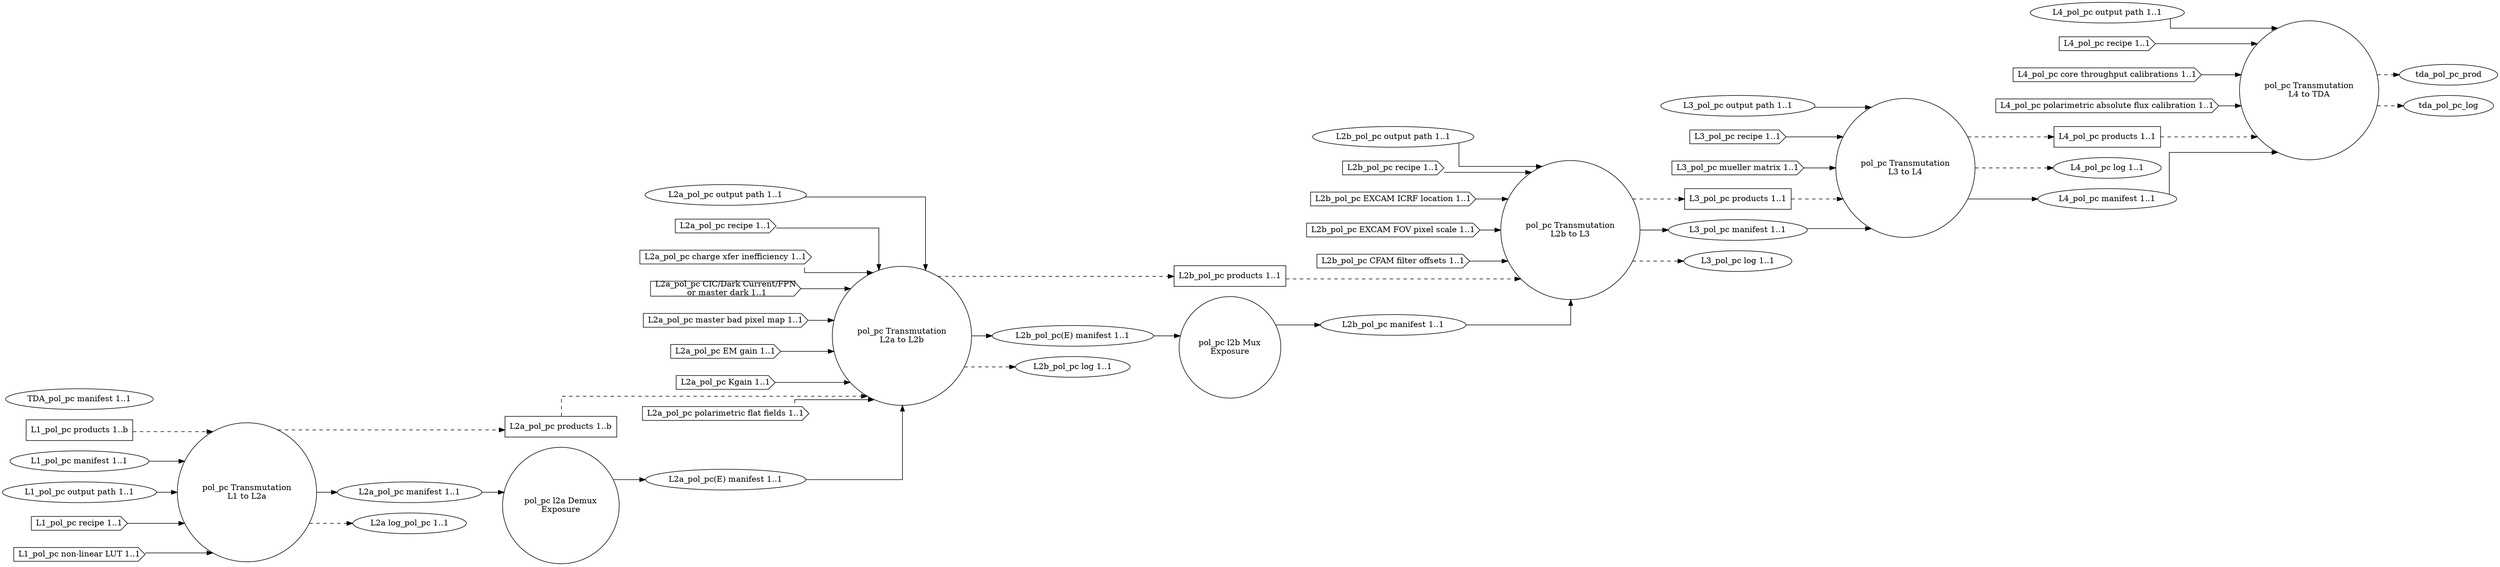
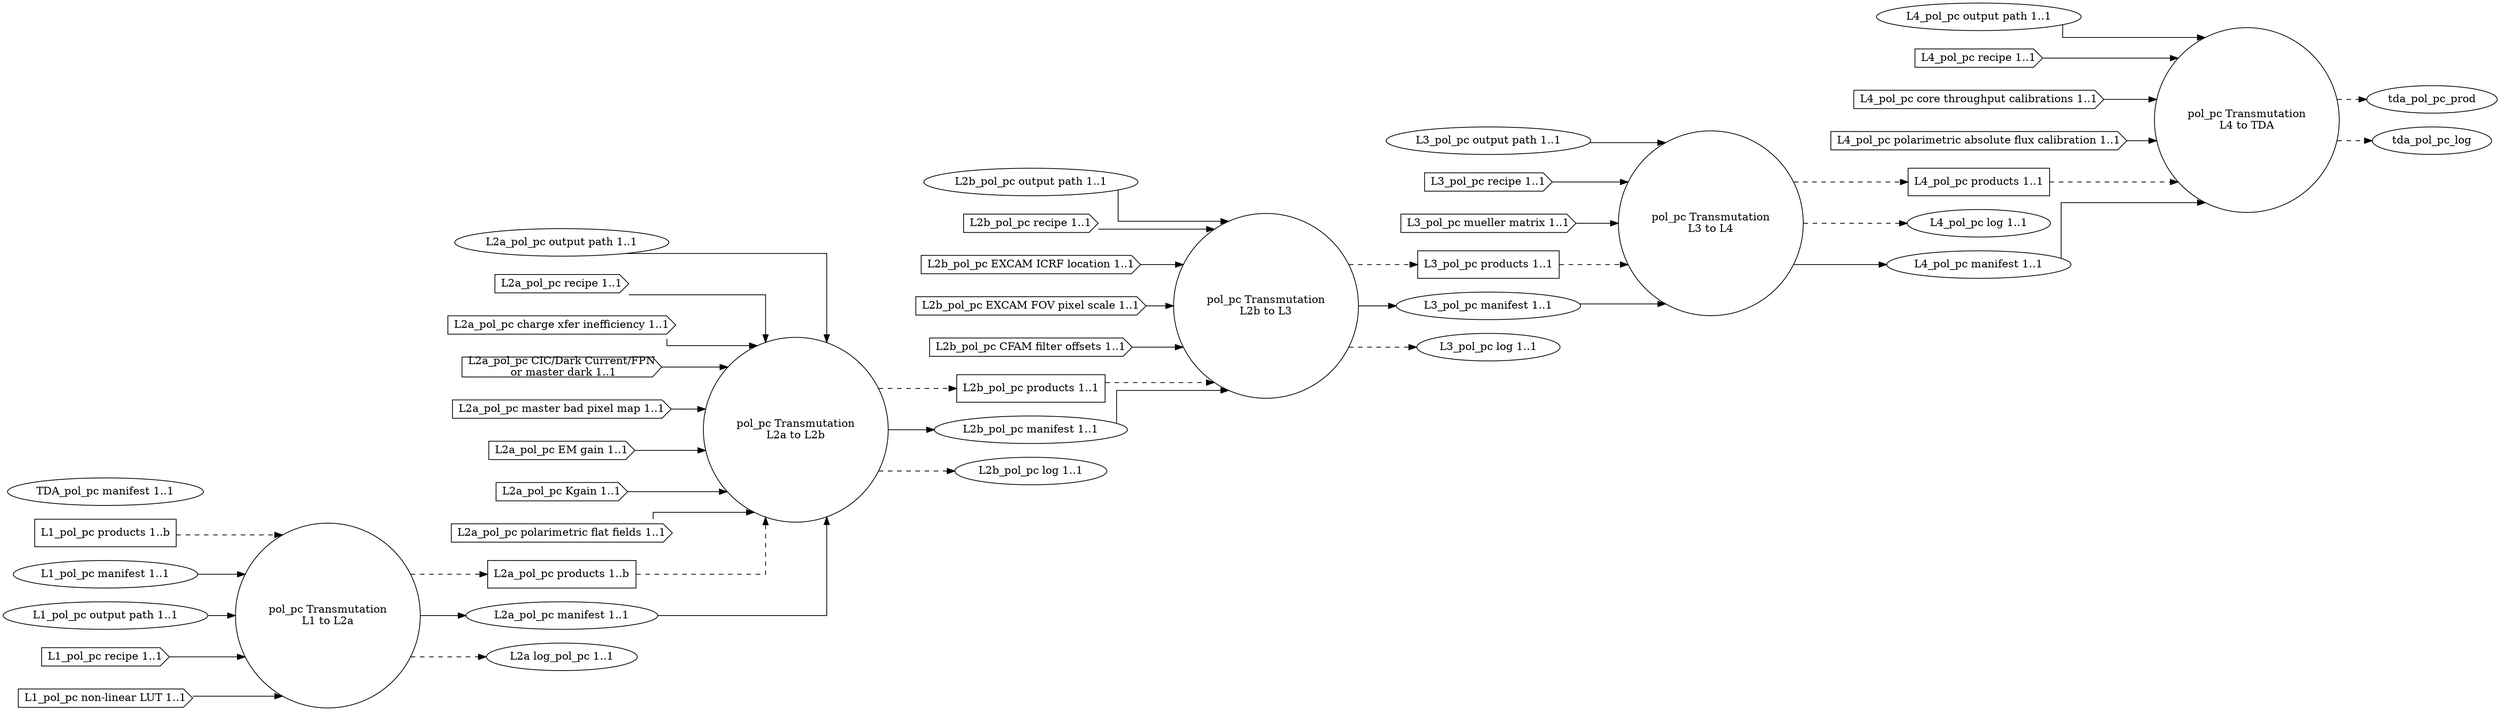
digraph PolarimetryPhotonCount {
graph [splines="ortho", rankdir=LR];
trans_pol_pc_l1_l2a [label="pol_pc Transmutation\nL1 to L2a", shape="circle", runname="l1.transmutation_pol_pc", runtype="dawgie.Algorithm", fsmtype="dip.base.Runner"];
- l2a_pol_pc_demux [label="pol_pc l2a Demux\nExposure", shape="circle", runname="l2a.demux_pol_pc", runtype="dawgie.Algorithm", fsmtype="dip.clerk.impls.demux.FSM"];
trans_pol_pc_l2a_l2b [label="pol_pc Transmutation\nL2a to L2b", shape="circle", runname="l2a.transmutation_pol_pc", runtype="dawgie.Algorithm", fsmtype="dip.base.Runner"];
- l2b_pol_pc_mux [label="pol_pc l2b Mux\nExposure", shape="circle", runname="l2b.mux_pol_pc", runtype="dawgie.Analyzer", fsmtype="dip.clerk.impls.mux.FSM"];
trans_pol_pc_l2b_l3 [label="pol_pc Transmutation\nL2b to L3", shape="circle", runname="l2b.transmutation_pol_pc", runtype="dawgie.Algorithm", fsmtype="dip.base.Runner"];
trans_pol_pc_l3_l4 [label="pol_pc Transmutation\nL3 to L4", shape="circle", runname="l3.transmutation_pol_pc", runtype="dawgie.Algorithm", fsmtype="dip.base.Runner"];
trans_pol_pc_l4_tda [label="pol_pc Transmutation\nL4 to TDA", shape="circle", runname="l4.transmutation_pol_pc", runtype="dawgie.Algorithm", fsmtype="dip.base.Runner"];
l1_pol_pc_prod [label="L1_pol_pc products 1..b", shape="rectangle"];
l1_pol_pc_man [label="L1_pol_pc manifest 1..1", shape="ellipse"];
l1_pol_pc_odir [label="L1_pol_pc output path 1..1", shape="ellipse"];
l1_pol_pc_rec [label="L1_pol_pc recipe 1..1", shape="cds"];
l1_pol_pc_nllut [label="L1_pol_pc non-linear LUT 1..1", shape="cds"];
l2a_pol_pc_prod [label="L2a_pol_pc products 1..b", shape="rectangle"];
l2a_pol_pc_man [label="L2a_pol_pc manifest 1..1", shape="ellipse", valname="l1.transmutation_pol_pc.product.manifest", valtype="dip.base.Manifest"];
l2a_pol_pc_odir [label="L2a_pol_pc output path 1..1", shape="ellipse"];
l2a_pol_pc_rec [label="L2a_pol_pc recipe 1..1", shape="cds"];
l2a_pol_pc_cti [label="L2a_pol_pc charge xfer inefficiency 1..1", shape="cds"];
l2a_pol_pc_dnb [label="L2a_pol_pc CIC/Dark Current/FPN\n or master dark 1..1", shape="cds"];
l2a_pol_pc_mbpm [label="L2a_pol_pc master bad pixel map 1..1", shape="cds"];
l2a_pol_pc_emg [label="L2a_pol_pc EM gain 1..1", shape="cds"];
l2a_pol_pc_kgain [label="L2a_pol_pc Kgain 1..1", shape="cds"];
l2a_pol_pc_polff [label="L2a_pol_pc polarimetric flat fields 1..1", shape="cds"];
l2a_pol_pc_log [label="L2a log_pol_pc 1..1", shape="ellipse"];
- l2a_pol_pc_man_demux [label="L2a_pol_pc(E) manifest 1..1", shape="ellipse", valname="l2a.demux_pol_pc.product.manifest", valtype="dip.base.Manifest"];
l2b_pol_pc_prod [label="L2b_pol_pc products 1..1", shape="rectangle"];
- l2b_pol_pc_man [label="L2b_pol_pc manifest 1..1", shape="ellipse", valname="l2b.mux_pol_pc.product.manifest", valtype="dip.base.Manifest"];
+ l2b_pol_pc_man [label="L2b_pol_pc manifest 1..1", shape="ellipse", valname="l2b.transmutation_pol_pc.product.manifest", valtype="dip.base.Manifest"];
l2b_pol_pc_odir [label="L2b_pol_pc output path 1..1", shape="ellipse"];
l2b_pol_pc_rec [label="L2b_pol_pc recipe 1..1", shape="cds"];
l2b_pol_pc_excicrf [label="L2b_pol_pc EXCAM ICRF location 1..1", shape="cds"];
l2b_pol_pc_excfovps [label="L2b_pol_pc EXCAM FOV pixel scale 1..1", shape="cds"];
l2b_pol_pc_cfamfo [label="L2b_pol_pc CFAM filter offsets 1..1", shape="cds"];
- l2b_pol_pc_man_demux [label="L2b_pol_pc(E) manifest 1..1", shape="ellipse", valname="l2a.transmutation_pol_pc.product.manifest", valtype="dip.base.Manifest"];
l2b_pol_pc_log [label="L2b_pol_pc log 1..1", shape="ellipse"];
l3_pol_pc_prod [label="L3_pol_pc products 1..1", shape="rectangle"];
l3_pol_pc_odir [label="L3_pol_pc output path 1..1", shape="ellipse"];
l3_pol_pc_man [label="L3_pol_pc manifest 1..1", shape="ellipse", valname="l2b.transmutation_pol_pc.product.manifest", valtype="dip.base.Manifest"];
l3_pol_pc_rec [label="L3_pol_pc recipe 1..1", shape="cds"];
l3_pol_pc_mueller [label="L3_pol_pc mueller matrix 1..1", shape="cds"];
l3_pol_pc_log [label="L3_pol_pc log 1..1", shape="ellipse"];
l4_pol_pc_prod [label="L4_pol_pc products 1..1", shape="rectangle"];
l4_pol_pc_log [label="L4_pol_pc log 1..1", shape="ellipse"];
l4_pol_pc_man [label="L4_pol_pc manifest 1..1", shape="ellipse", valname="l3.transmutation_pol_pc.product.manifest", valtype="dip.base.Manifest"];
l4_pol_pc_odir [label="L4_pol_pc output path 1..1", shape="ellipse"];
l4_pol_pc_rec [label="L4_pol_pc recipe 1..1", shape="cds"];
l4_pol_pc_ctcal [label="L4_pol_pc core throughput calibrations 1..1", shape="cds"];
l4_pol_pc_afcal [label="L4_pol_pc polarimetric absolute flux calibration 1..1", shape="cds"];
tda_pol_pc_man [label="TDA_pol_pc manifest 1..1", shape="ellipse", valname="l4.transmutation_pol_pc.product.manifest", valtype="dip.base.Manifest"];
l1_pol_pc_prod -> trans_pol_pc_l1_l2a [style="dashed"];
l1_pol_pc_man -> trans_pol_pc_l1_l2a;
l1_pol_pc_odir -> trans_pol_pc_l1_l2a;
l1_pol_pc_rec -> trans_pol_pc_l1_l2a;
l1_pol_pc_nllut -> trans_pol_pc_l1_l2a;
trans_pol_pc_l1_l2a -> l2a_pol_pc_prod [style="dashed"];
trans_pol_pc_l1_l2a -> l2a_pol_pc_man;
trans_pol_pc_l1_l2a -> l2a_pol_pc_log [style="dashed"];
l2a_pol_pc_prod -> trans_pol_pc_l2a_l2b [style="dashed"];
l2a_pol_pc_odir -> trans_pol_pc_l2a_l2b;
l2a_pol_pc_rec -> trans_pol_pc_l2a_l2b;
l2a_pol_pc_cti -> trans_pol_pc_l2a_l2b;
l2a_pol_pc_dnb -> trans_pol_pc_l2a_l2b;
l2a_pol_pc_mbpm -> trans_pol_pc_l2a_l2b;
l2a_pol_pc_emg -> trans_pol_pc_l2a_l2b;
l2a_pol_pc_kgain -> trans_pol_pc_l2a_l2b;
l2a_pol_pc_polff -> trans_pol_pc_l2a_l2b;
trans_pol_pc_l2a_l2b -> l2b_pol_pc_prod [style="dashed"];
- trans_pol_pc_l2a_l2b -> l2b_pol_pc_man_demux;
+ trans_pol_pc_l2a_l2b -> l2b_pol_pc_man;
trans_pol_pc_l2a_l2b -> l2b_pol_pc_log [style="dashed"];
- l2a_pol_pc_man -> l2a_pol_pc_demux;
- l2a_pol_pc_demux -> l2a_pol_pc_man_demux;
- l2a_pol_pc_man_demux -> trans_pol_pc_l2a_l2b;
- l2b_pol_pc_man_demux -> l2b_pol_pc_mux;
- l2b_pol_pc_mux -> l2b_pol_pc_man;
+ l2a_pol_pc_man -> trans_pol_pc_l2a_l2b;
l2b_pol_pc_prod -> trans_pol_pc_l2b_l3 [style="dashed"];
l2b_pol_pc_man -> trans_pol_pc_l2b_l3;
l2b_pol_pc_odir -> trans_pol_pc_l2b_l3;
l2b_pol_pc_rec -> trans_pol_pc_l2b_l3;
l2b_pol_pc_excicrf -> trans_pol_pc_l2b_l3;
l2b_pol_pc_excfovps -> trans_pol_pc_l2b_l3;
l2b_pol_pc_cfamfo -> trans_pol_pc_l2b_l3;
trans_pol_pc_l2b_l3 -> l3_pol_pc_prod [style="dashed"];
trans_pol_pc_l2b_l3 -> l3_pol_pc_man;
trans_pol_pc_l2b_l3 -> l3_pol_pc_log [style="dashed"];
l3_pol_pc_prod -> trans_pol_pc_l3_l4 [style="dashed"];
l3_pol_pc_man -> trans_pol_pc_l3_l4;
l3_pol_pc_odir -> trans_pol_pc_l3_l4;
l3_pol_pc_rec -> trans_pol_pc_l3_l4;
l3_pol_pc_mueller -> trans_pol_pc_l3_l4;
trans_pol_pc_l3_l4 -> l4_pol_pc_prod [style="dashed"];
trans_pol_pc_l3_l4 -> l4_pol_pc_log [style="dashed"];
trans_pol_pc_l3_l4 -> l4_pol_pc_man;
l4_pol_pc_prod -> trans_pol_pc_l4_tda [style="dashed"];
l4_pol_pc_man -> trans_pol_pc_l4_tda;
l4_pol_pc_odir -> trans_pol_pc_l4_tda;
l4_pol_pc_rec -> trans_pol_pc_l4_tda;
l4_pol_pc_ctcal -> trans_pol_pc_l4_tda;
l4_pol_pc_afcal -> trans_pol_pc_l4_tda;
trans_pol_pc_l4_tda -> tda_pol_pc_prod [style="dashed"];
trans_pol_pc_l4_tda -> tda_pol_pc_log [style="dashed"];
}
